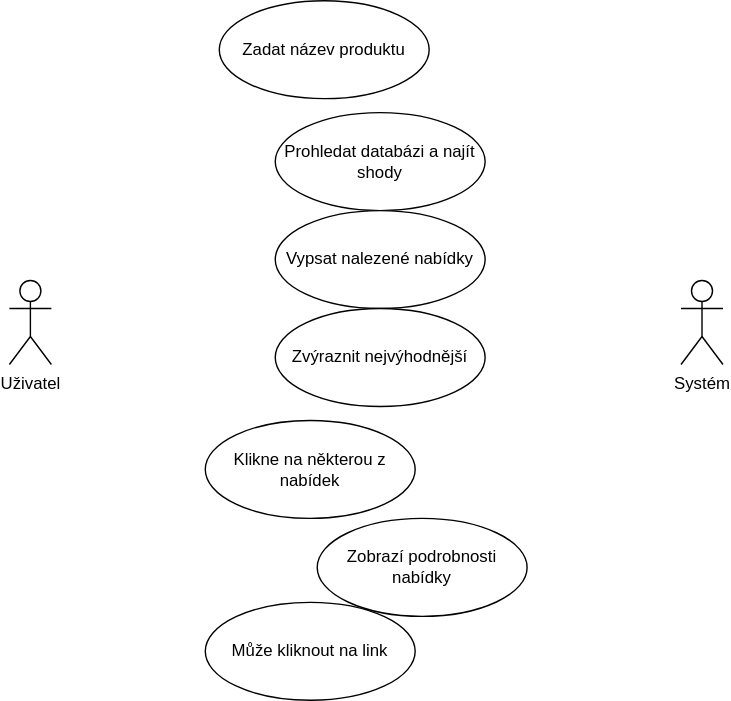
Above: Custom Aplikace Use Case.svg in TomasKelbasa/diagrams.net (draw.io), before the change. Source tidied: cells renumbered, new cells last; positions are measured from the earlier drawing's top-left corner, leaving out a move shared by most shapes.
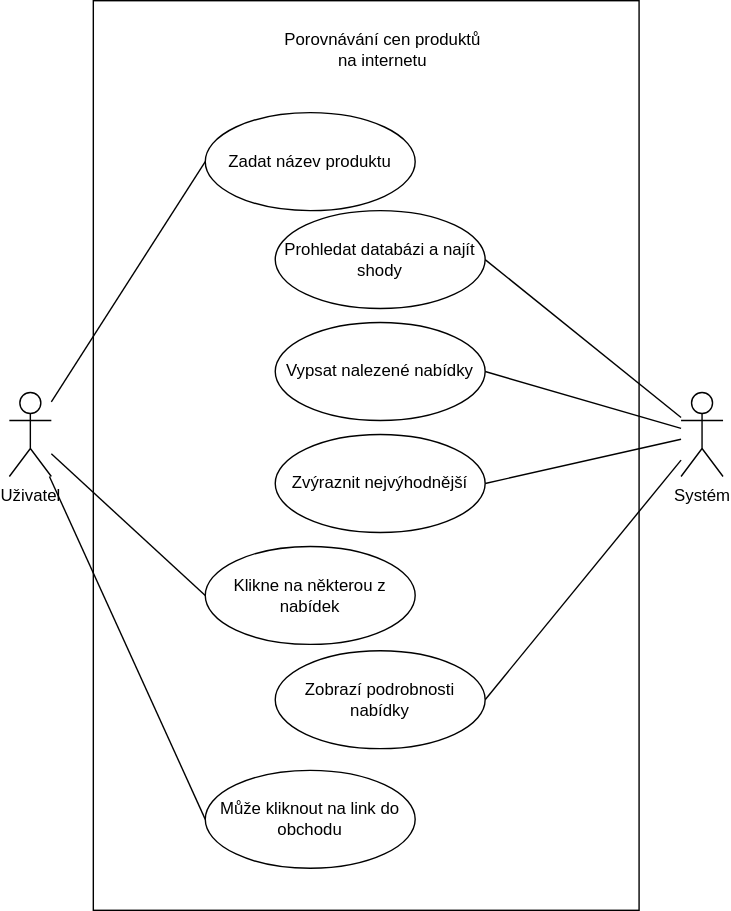
The same diagram one commit later.

The edit, as a diff of the source:
```diff
@@ -2,32 +2,59 @@
   <root>
     <mxCell id="0" />
     <mxCell id="1" parent="0" />
+    <mxCell id="11" style="edgeStyle=none;rounded=0;jettySize=auto;html=1;entryX=0;entryY=0.5;entryDx=0;entryDy=0;endArrow=none;endFill=0;" parent="1" edge="1" source="2" target="4">
+      <mxGeometry relative="1" as="geometry" />
+    </mxCell>
+    <mxCell id="12" style="edgeStyle=none;rounded=0;jettySize=auto;html=1;entryX=0;entryY=0.5;entryDx=0;entryDy=0;endArrow=none;endFill=0;" parent="1" edge="1" source="2" target="6">
+      <mxGeometry relative="1" as="geometry" />
+    </mxCell>
+    <mxCell id="13" style="edgeStyle=none;rounded=0;jettySize=auto;html=1;entryX=0;entryY=0.5;entryDx=0;entryDy=0;endArrow=none;endFill=0;" parent="1" edge="1" source="2" target="10">
+      <mxGeometry relative="1" as="geometry" />
+    </mxCell>
     <mxCell id="2" value="Uživatel&lt;br&gt;" style="shape=umlActor;verticalLabelPosition=bottom;verticalAlign=top;html=1;outlineConnect=0;" parent="1" vertex="1">
       <mxGeometry y="200" width="30" height="60" as="geometry" />
     </mxCell>
+    <mxCell id="14" style="edgeStyle=none;rounded=0;jettySize=auto;html=1;entryX=1;entryY=0.5;entryDx=0;entryDy=0;endArrow=none;endFill=0;" parent="1" edge="1" source="3" target="5">
+      <mxGeometry relative="1" as="geometry" />
+    </mxCell>
+    <mxCell id="15" style="edgeStyle=none;rounded=0;jettySize=auto;html=1;entryX=1;entryY=0.5;entryDx=0;entryDy=0;endArrow=none;endFill=0;" parent="1" edge="1" source="3" target="7">
+      <mxGeometry relative="1" as="geometry" />
+    </mxCell>
+    <mxCell id="16" style="edgeStyle=none;rounded=0;jettySize=auto;html=1;entryX=1;entryY=0.5;entryDx=0;entryDy=0;endArrow=none;endFill=0;" parent="1" edge="1" source="3" target="8">
+      <mxGeometry relative="1" as="geometry" />
+    </mxCell>
+    <mxCell id="17" style="edgeStyle=none;rounded=0;jettySize=auto;html=1;entryX=1;entryY=0.5;entryDx=0;entryDy=0;endArrow=none;endFill=0;" parent="1" edge="1" source="3" target="9">
+      <mxGeometry relative="1" as="geometry" />
+    </mxCell>
     <mxCell id="3" value="Systém" style="shape=umlActor;verticalLabelPosition=bottom;verticalAlign=top;html=1;outlineConnect=0;" parent="1" vertex="1">
       <mxGeometry x="480" y="200" width="30" height="60" as="geometry" />
     </mxCell>
     <mxCell id="4" value="Zadat název produktu" style="ellipse;whiteSpace=wrap;html=1;" parent="1" vertex="1">
-      <mxGeometry x="150" width="150" height="70" as="geometry" />
+      <mxGeometry x="140" width="150" height="70" as="geometry" />
     </mxCell>
     <mxCell id="5" value="Prohledat databázi a najít shody" style="ellipse;whiteSpace=wrap;html=1;" parent="1" vertex="1">
-      <mxGeometry x="190" y="80" width="150" height="70" as="geometry" />
+      <mxGeometry x="190" y="70" width="150" height="70" as="geometry" />
     </mxCell>
     <mxCell id="6" value="Klikne na některou z nabídek" style="ellipse;whiteSpace=wrap;html=1;" parent="1" vertex="1">
-      <mxGeometry x="140" y="300" width="150" height="70" as="geometry" />
+      <mxGeometry x="140" y="310" width="150" height="70" as="geometry" />
     </mxCell>
     <mxCell id="7" value="Vypsat nalezené nabídky" style="ellipse;whiteSpace=wrap;html=1;" parent="1" vertex="1">
       <mxGeometry x="190" y="150" width="150" height="70" as="geometry" />
     </mxCell>
     <mxCell id="8" value="Zvýraznit nejvýhodnější" style="ellipse;whiteSpace=wrap;html=1;" parent="1" vertex="1">
-      <mxGeometry x="190" y="220" width="150" height="70" as="geometry" />
+      <mxGeometry x="190" y="230" width="150" height="70" as="geometry" />
     </mxCell>
     <mxCell id="9" value="Zobrazí podrobnosti nabídky" style="ellipse;whiteSpace=wrap;html=1;" parent="1" vertex="1">
-      <mxGeometry x="220" y="370" width="150" height="70" as="geometry" />
+      <mxGeometry x="190" y="384.5" width="150" height="70" as="geometry" />
     </mxCell>
-    <mxCell id="10" value="Může kliknout na link" style="ellipse;whiteSpace=wrap;html=1;" parent="1" vertex="1">
-      <mxGeometry x="140" y="430" width="150" height="70" as="geometry" />
+    <mxCell id="10" value="Může kliknout na link do obchodu" style="ellipse;whiteSpace=wrap;html=1;" parent="1" vertex="1">
+      <mxGeometry x="140" y="470" width="150" height="70" as="geometry" />
     </mxCell>
+    <mxCell id="18" style="rounded=0;whiteSpace=wrap;html=1;fillColor=none;" parent="1" vertex="1">
+      <mxGeometry x="60" y="-80" width="390" height="650" as="geometry" />
+    </mxCell>
+    <mxCell id="19" value="Porovnávání cen produktů na internetu" style="text;html=1;strokeColor=none;fillColor=none;align=center;verticalAlign=middle;whiteSpace=wrap;rounded=0;" parent="1" vertex="1">
+      <mxGeometry x="194" y="-70" width="146" height="50" as="geometry" />
+    </mxCell>
   </root>
 </mxGraphModel>
```
